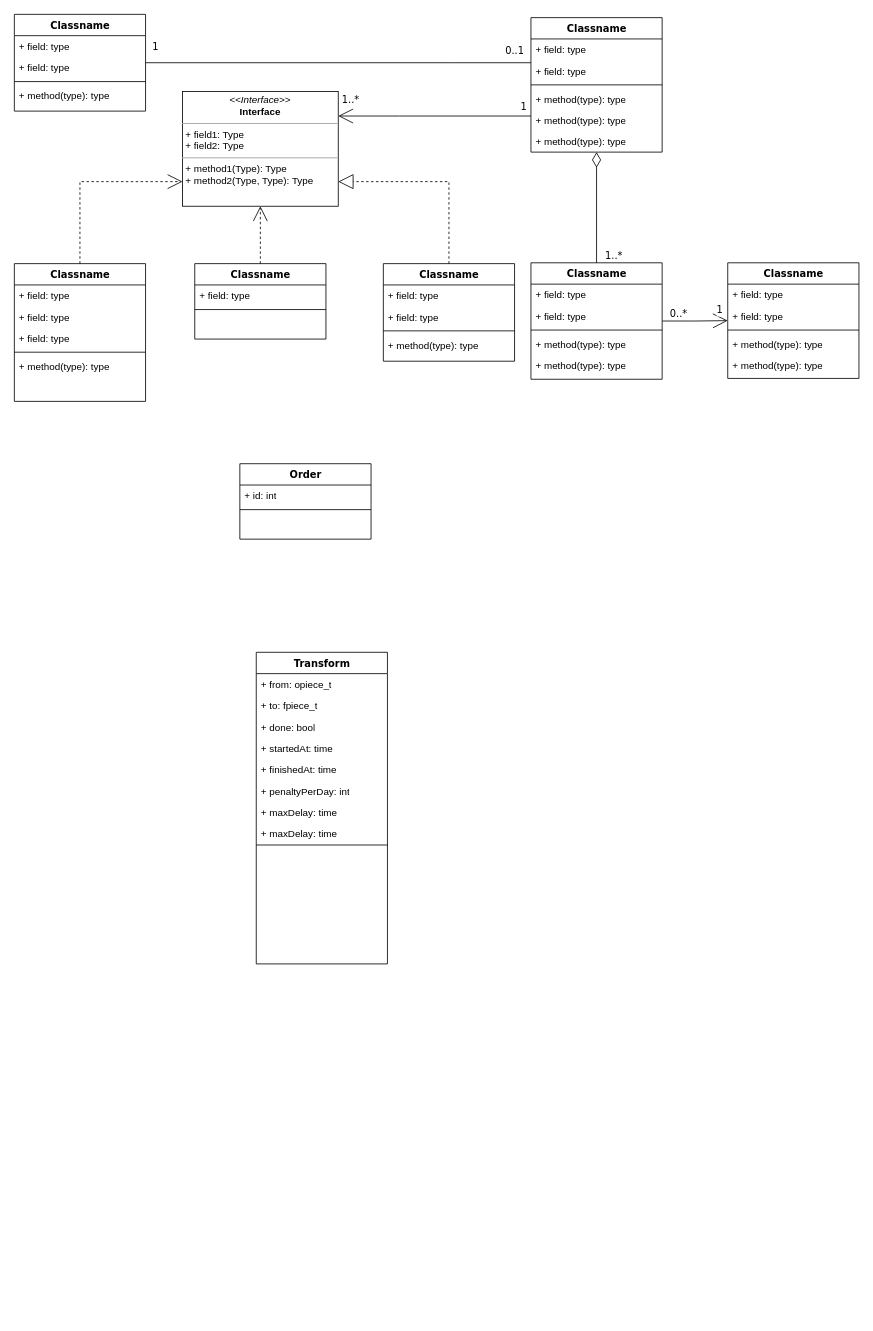
Earlier version of the draw.io diagram MES/wiki/classdiagram.drawio (tcerqueira/FlexibleLOP). Source tidied: cells renumbered, new cells numbered last; positions are measured from the earlier drawing's top-left corner, leaving out a move shared by most shapes. Both pictures are drawn from the tidied source at 82%, with x=0, y=0 at pixel (14, 14).
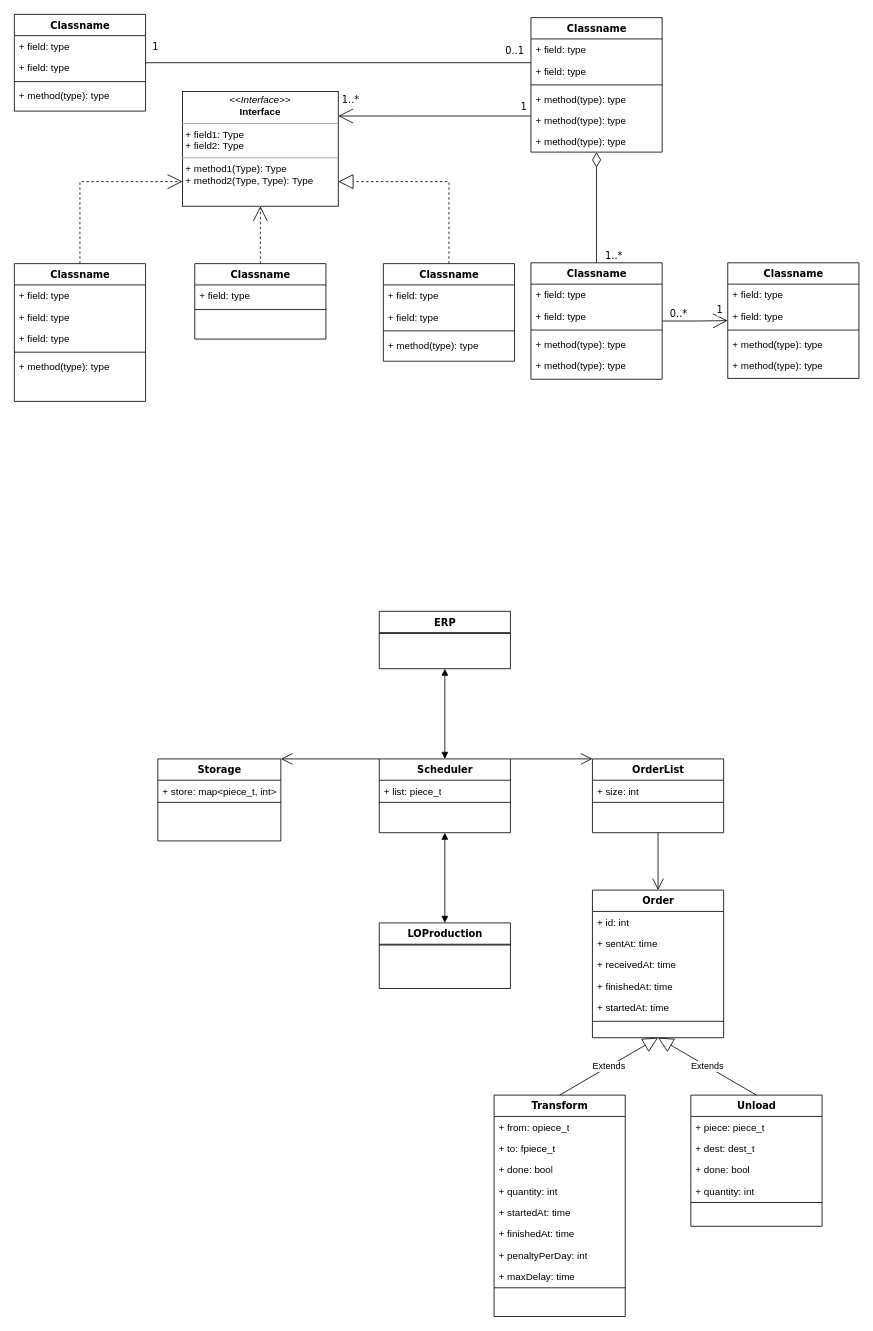
The same page after the edit.

Change to the diagram source:
```diff
@@
     <mxCell id="55" value="Order" style="swimlane;html=1;fontStyle=1;align=center;verticalAlign=top;horizontal=1;startSize=26;swimlaneFillColor=#ffffff;rounded=0;shadow=0;comic=0;labelBackgroundColor=none;strokeWidth=1;fillColor=none;fontFamily=Verdana;fontSize=12;" parent="1" vertex="1">
-      <mxGeometry x="275" y="548" width="160" height="92" as="geometry" />
+      <mxGeometry x="705" y="1068" width="160" height="180" as="geometry" />
     </mxCell>
@@
+    <mxCell id="68" value="+ sentAt: time" style="text;html=1;strokeColor=none;fillColor=none;align=left;verticalAlign=top;spacingLeft=4;spacingRight=4;whiteSpace=wrap;overflow=hidden;" parent="55" vertex="1">
+      <mxGeometry y="52" width="160" height="26" as="geometry" />
+    </mxCell>
+    <mxCell id="69" value="+ receivedAt: time" style="text;html=1;strokeColor=none;fillColor=none;align=left;verticalAlign=top;spacingLeft=4;spacingRight=4;whiteSpace=wrap;overflow=hidden;" parent="55" vertex="1">
+      <mxGeometry y="78" width="160" height="26" as="geometry" />
+    </mxCell>
+    <mxCell id="70" value="+ finishedAt: time" style="text;html=1;strokeColor=none;fillColor=none;align=left;verticalAlign=top;spacingLeft=4;spacingRight=4;whiteSpace=wrap;overflow=hidden;" parent="55" vertex="1">
+      <mxGeometry y="104" width="160" height="26" as="geometry" />
+    </mxCell>
+    <mxCell id="71" value="+ startedAt: time" style="text;html=1;strokeColor=none;fillColor=none;align=left;verticalAlign=top;spacingLeft=4;spacingRight=4;whiteSpace=wrap;overflow=hidden;" parent="55" vertex="1">
+      <mxGeometry y="130" width="160" height="26" as="geometry" />
+    </mxCell>
     <mxCell id="57" style="line;html=1;strokeWidth=1;fillColor=none;align=left;verticalAlign=middle;spacingTop=-1;spacingLeft=3;spacingRight=3;labelPosition=right;" parent="55" vertex="1">
-      <mxGeometry y="52" width="160" height="8" as="geometry" />
+      <mxGeometry y="156" width="160" height="8" as="geometry" />
     </mxCell>
     <mxCell id="58" value="Transform" style="swimlane;html=1;fontStyle=1;align=center;verticalAlign=top;horizontal=1;startSize=26;swimlaneFillColor=#ffffff;rounded=0;shadow=0;comic=0;labelBackgroundColor=none;strokeWidth=1;fillColor=none;fontFamily=Verdana;fontSize=12;" parent="1" vertex="1">
-      <mxGeometry x="295" y="778" width="160" height="380" as="geometry" />
+      <mxGeometry x="585" y="1318" width="160" height="270" as="geometry" />
     </mxCell>
@@
+    <mxCell id="72" value="+ quantity: int" style="text;html=1;strokeColor=none;fillColor=none;align=left;verticalAlign=top;spacingLeft=4;spacingRight=4;whiteSpace=wrap;overflow=hidden;" parent="58" vertex="1">
+      <mxGeometry y="104" width="160" height="26" as="geometry" />
+    </mxCell>
     <mxCell id="62" value="+ startedAt: time" style="text;html=1;strokeColor=none;fillColor=none;align=left;verticalAlign=top;spacingLeft=4;spacingRight=4;whiteSpace=wrap;overflow=hidden;" parent="58" vertex="1">
-      <mxGeometry y="104" width="160" height="26" as="geometry" />
+      <mxGeometry y="130" width="160" height="26" as="geometry" />
     </mxCell>
     <mxCell id="63" value="+ finishedAt: time" style="text;html=1;strokeColor=none;fillColor=none;align=left;verticalAlign=top;spacingLeft=4;spacingRight=4;whiteSpace=wrap;overflow=hidden;" parent="58" vertex="1">
-      <mxGeometry y="130" width="160" height="26" as="geometry" />
+      <mxGeometry y="156" width="160" height="26" as="geometry" />
     </mxCell>
     <mxCell id="64" value="+ penaltyPerDay: int" style="text;html=1;strokeColor=none;fillColor=none;align=left;verticalAlign=top;spacingLeft=4;spacingRight=4;whiteSpace=wrap;overflow=hidden;" parent="58" vertex="1">
-      <mxGeometry y="156" width="160" height="26" as="geometry" />
+      <mxGeometry y="182" width="160" height="26" as="geometry" />
     </mxCell>
     <mxCell id="65" value="+ maxDelay: time" style="text;html=1;strokeColor=none;fillColor=none;align=left;verticalAlign=top;spacingLeft=4;spacingRight=4;whiteSpace=wrap;overflow=hidden;" parent="58" vertex="1">
-      <mxGeometry y="182" width="160" height="26" as="geometry" />
+      <mxGeometry y="208" width="160" height="26" as="geometry" />
     </mxCell>
-    <mxCell id="66" value="+ maxDelay: time" style="text;html=1;strokeColor=none;fillColor=none;align=left;verticalAlign=top;spacingLeft=4;spacingRight=4;whiteSpace=wrap;overflow=hidden;" parent="58" vertex="1">
-      <mxGeometry y="208" width="160" height="26" as="geometry" />
-    </mxCell>
@@
+    <mxCell id="73" value="Unload" style="swimlane;html=1;fontStyle=1;align=center;verticalAlign=top;horizontal=1;startSize=26;swimlaneFillColor=#ffffff;rounded=0;shadow=0;comic=0;labelBackgroundColor=none;strokeWidth=1;fillColor=none;fontFamily=Verdana;fontSize=12;" parent="1" vertex="1">
+      <mxGeometry x="825" y="1318" width="160" height="160" as="geometry" />
+    </mxCell>
+    <mxCell id="74" value="+ piece: piece_t" style="text;html=1;strokeColor=none;fillColor=none;align=left;verticalAlign=top;spacingLeft=4;spacingRight=4;whiteSpace=wrap;overflow=hidden;" parent="73" vertex="1">
+      <mxGeometry y="26" width="160" height="26" as="geometry" />
+    </mxCell>
+    <mxCell id="75" value="+ dest: dest_t" style="text;html=1;strokeColor=none;fillColor=none;align=left;verticalAlign=top;spacingLeft=4;spacingRight=4;whiteSpace=wrap;overflow=hidden;" parent="73" vertex="1">
+      <mxGeometry y="52" width="160" height="26" as="geometry" />
+    </mxCell>
+    <mxCell id="76" value="+ done: bool" style="text;html=1;strokeColor=none;fillColor=none;align=left;verticalAlign=top;spacingLeft=4;spacingRight=4;whiteSpace=wrap;overflow=hidden;" parent="73" vertex="1">
+      <mxGeometry y="78" width="160" height="26" as="geometry" />
+    </mxCell>
+    <mxCell id="77" value="+ quantity: int" style="text;html=1;strokeColor=none;fillColor=none;align=left;verticalAlign=top;spacingLeft=4;spacingRight=4;whiteSpace=wrap;overflow=hidden;" parent="73" vertex="1">
+      <mxGeometry y="104" width="160" height="26" as="geometry" />
+    </mxCell>
+    <mxCell id="78" style="line;html=1;strokeWidth=1;fillColor=none;align=left;verticalAlign=middle;spacingTop=-1;spacingLeft=3;spacingRight=3;labelPosition=right;" parent="73" vertex="1">
+      <mxGeometry y="130" width="160" height="2" as="geometry" />
+    </mxCell>
+    <mxCell id="79" value="Extends" style="endArrow=block;endSize=16;endFill=0;html=1;entryX=0.5;entryY=1;entryDx=0;entryDy=0;exitX=0.5;exitY=0;exitDx=0;exitDy=0;" parent="1" edge="1" source="58" target="55">
+      <mxGeometry relative="1" as="geometry" />
+    </mxCell>
+    <mxCell id="80" value="Extends" style="endArrow=block;endSize=16;endFill=0;html=1;entryX=0.5;entryY=1;entryDx=0;entryDy=0;exitX=0.5;exitY=0;exitDx=0;exitDy=0;" parent="1" edge="1" source="73" target="55">
+      <mxGeometry relative="1" as="geometry" />
+    </mxCell>
+    <mxCell id="81" value="Storage" style="swimlane;html=1;fontStyle=1;align=center;verticalAlign=top;horizontal=1;startSize=26;swimlaneFillColor=#ffffff;rounded=0;shadow=0;comic=0;labelBackgroundColor=none;strokeWidth=1;fillColor=none;fontFamily=Verdana;fontSize=12;" parent="1" vertex="1">
+      <mxGeometry x="175" y="908" width="150" height="100" as="geometry" />
+    </mxCell>
+    <mxCell id="82" value="+ store: map&amp;lt;piece_t, int&amp;gt;" style="text;html=1;strokeColor=none;fillColor=none;align=left;verticalAlign=top;spacingLeft=4;spacingRight=4;whiteSpace=wrap;overflow=hidden;" parent="81" vertex="1">
+      <mxGeometry y="26" width="150" height="26" as="geometry" />
+    </mxCell>
+    <mxCell id="83" style="line;html=1;strokeWidth=1;fillColor=none;align=left;verticalAlign=middle;spacingTop=-1;spacingLeft=3;spacingRight=3;labelPosition=right;" parent="81" vertex="1">
+      <mxGeometry y="52" width="150" height="2" as="geometry" />
+    </mxCell>
+    <mxCell id="84" value="Scheduler" style="swimlane;html=1;fontStyle=1;align=center;verticalAlign=top;horizontal=1;startSize=26;swimlaneFillColor=#ffffff;rounded=0;shadow=0;comic=0;labelBackgroundColor=none;strokeWidth=1;fillColor=none;fontFamily=Verdana;fontSize=12;" parent="1" vertex="1">
+      <mxGeometry x="445" y="908" width="160" height="90" as="geometry" />
+    </mxCell>
+    <mxCell id="85" value="+ list: piece_t" style="text;html=1;strokeColor=none;fillColor=none;align=left;verticalAlign=top;spacingLeft=4;spacingRight=4;whiteSpace=wrap;overflow=hidden;" parent="84" vertex="1">
+      <mxGeometry y="26" width="160" height="26" as="geometry" />
+    </mxCell>
+    <mxCell id="86" style="line;html=1;strokeWidth=1;fillColor=none;align=left;verticalAlign=middle;spacingTop=-1;spacingLeft=3;spacingRight=3;labelPosition=right;" parent="84" vertex="1">
+      <mxGeometry y="52" width="160" height="2" as="geometry" />
+    </mxCell>
+    <mxCell id="87" value="OrderList" style="swimlane;html=1;fontStyle=1;align=center;verticalAlign=top;horizontal=1;startSize=26;swimlaneFillColor=#ffffff;rounded=0;shadow=0;comic=0;labelBackgroundColor=none;strokeWidth=1;fillColor=none;fontFamily=Verdana;fontSize=12;" parent="1" vertex="1">
+      <mxGeometry x="705" y="908" width="160" height="90" as="geometry" />
+    </mxCell>
+    <mxCell id="88" value="+ size: int" style="text;html=1;strokeColor=none;fillColor=none;align=left;verticalAlign=top;spacingLeft=4;spacingRight=4;whiteSpace=wrap;overflow=hidden;" parent="87" vertex="1">
+      <mxGeometry y="26" width="160" height="26" as="geometry" />
+    </mxCell>
+    <mxCell id="89" style="line;html=1;strokeWidth=1;fillColor=none;align=left;verticalAlign=middle;spacingTop=-1;spacingLeft=3;spacingRight=3;labelPosition=right;" parent="87" vertex="1">
+      <mxGeometry y="52" width="160" height="2" as="geometry" />
+    </mxCell>
+    <mxCell id="90" style="endArrow=open;endFill=1;endSize=12;html=1;exitX=0.5;exitY=1;exitDx=0;exitDy=0;entryX=0.5;entryY=0;entryDx=0;entryDy=0;" parent="1" edge="1" source="87" target="55">
+      <mxGeometry relative="1" as="geometry" />
+    </mxCell>
+    <mxCell id="91" style="endArrow=open;endFill=1;endSize=12;html=1;entryX=0;entryY=0;entryDx=0;entryDy=0;exitX=1;exitY=0;exitDx=0;exitDy=0;" parent="1" edge="1" source="84" target="87">
+      <mxGeometry relative="1" as="geometry" />
+    </mxCell>
+    <mxCell id="92" style="endArrow=open;endFill=1;endSize=12;html=1;entryX=1;entryY=0;entryDx=0;entryDy=0;exitX=0;exitY=0;exitDx=0;exitDy=0;" parent="1" edge="1" source="84" target="81">
+      <mxGeometry relative="1" as="geometry" />
+    </mxCell>
+    <mxCell id="93" value="ERP" style="swimlane;html=1;fontStyle=1;align=center;verticalAlign=top;horizontal=1;startSize=26;swimlaneFillColor=#ffffff;rounded=0;shadow=0;comic=0;labelBackgroundColor=none;strokeWidth=1;fillColor=none;fontFamily=Verdana;fontSize=12;" parent="1" vertex="1">
+      <mxGeometry x="445" y="728" width="160" height="70" as="geometry" />
+    </mxCell>
+    <mxCell id="94" style="line;html=1;strokeWidth=1;fillColor=none;align=left;verticalAlign=middle;spacingTop=-1;spacingLeft=3;spacingRight=3;labelPosition=right;" parent="93" vertex="1">
+      <mxGeometry y="26" width="160" height="2" as="geometry" />
+    </mxCell>
+    <mxCell id="95" value="LOProduction" style="swimlane;html=1;fontStyle=1;align=center;verticalAlign=top;horizontal=1;startSize=26;swimlaneFillColor=#ffffff;rounded=0;shadow=0;comic=0;labelBackgroundColor=none;strokeWidth=1;fillColor=none;fontFamily=Verdana;fontSize=12;" parent="1" vertex="1">
+      <mxGeometry x="445" y="1108" width="160" height="80" as="geometry" />
+    </mxCell>
+    <mxCell id="96" style="line;html=1;strokeWidth=1;fillColor=none;align=left;verticalAlign=middle;spacingTop=-1;spacingLeft=3;spacingRight=3;labelPosition=right;" parent="95" vertex="1">
+      <mxGeometry y="26" width="160" height="2" as="geometry" />
+    </mxCell>
+    <mxCell id="97" style="endArrow=block;startArrow=block;endFill=1;startFill=1;html=1;entryX=0.5;entryY=1;entryDx=0;entryDy=0;exitX=0.5;exitY=0;exitDx=0;exitDy=0;" parent="1" edge="1" source="95" target="84">
+      <mxGeometry relative="1" as="geometry" />
+    </mxCell>
+    <mxCell id="98" style="endArrow=block;startArrow=block;endFill=1;startFill=1;html=1;entryX=0.5;entryY=1;entryDx=0;entryDy=0;exitX=0.5;exitY=0;exitDx=0;exitDy=0;" parent="1" edge="1" source="84" target="93">
+      <mxGeometry relative="1" as="geometry" />
+    </mxCell>
```
